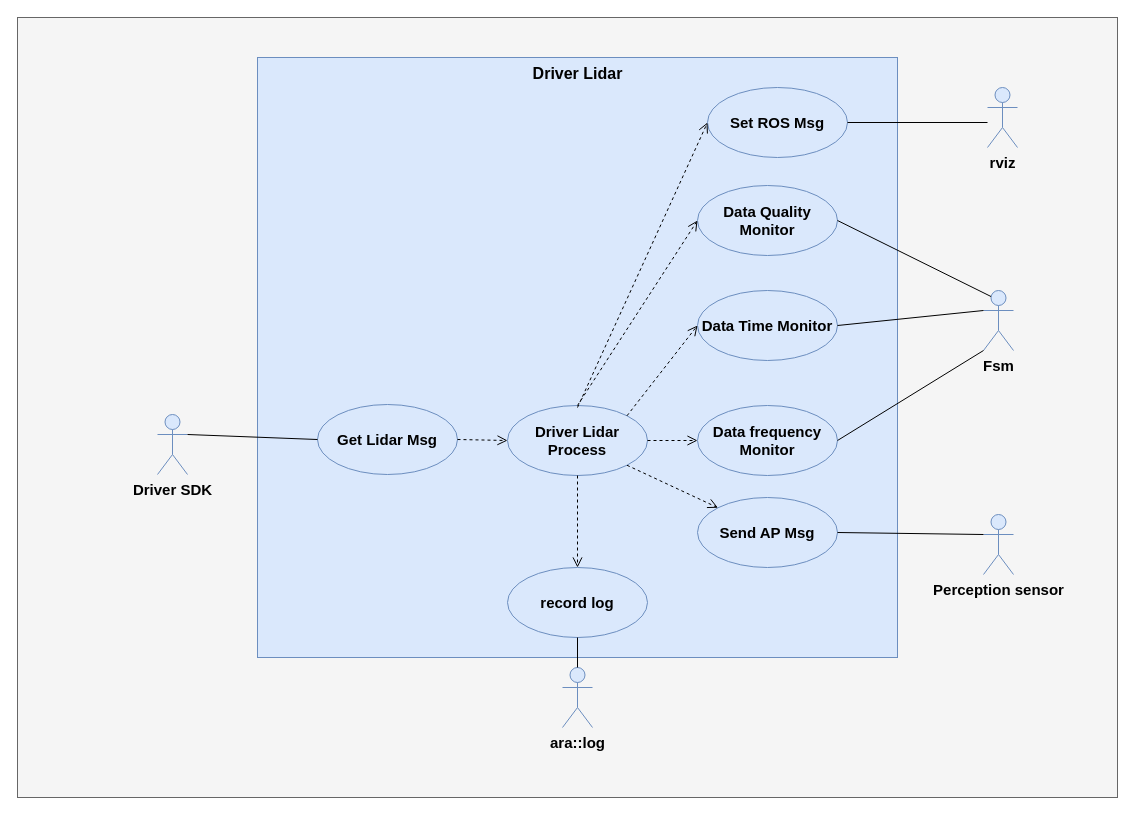
xiaoleli/diagrams keeps this draw.io diagram as lidar用例中文版.drawio. Above is the earlier version. Source tidied: cells renumbered, new cells numbered last; positions are measured from the earlier drawing's top-left corner, leaving out a move shared by most shapes. Both pictures are drawn from the tidied source at 100%, with x=0, y=0 at pixel (17, 17).
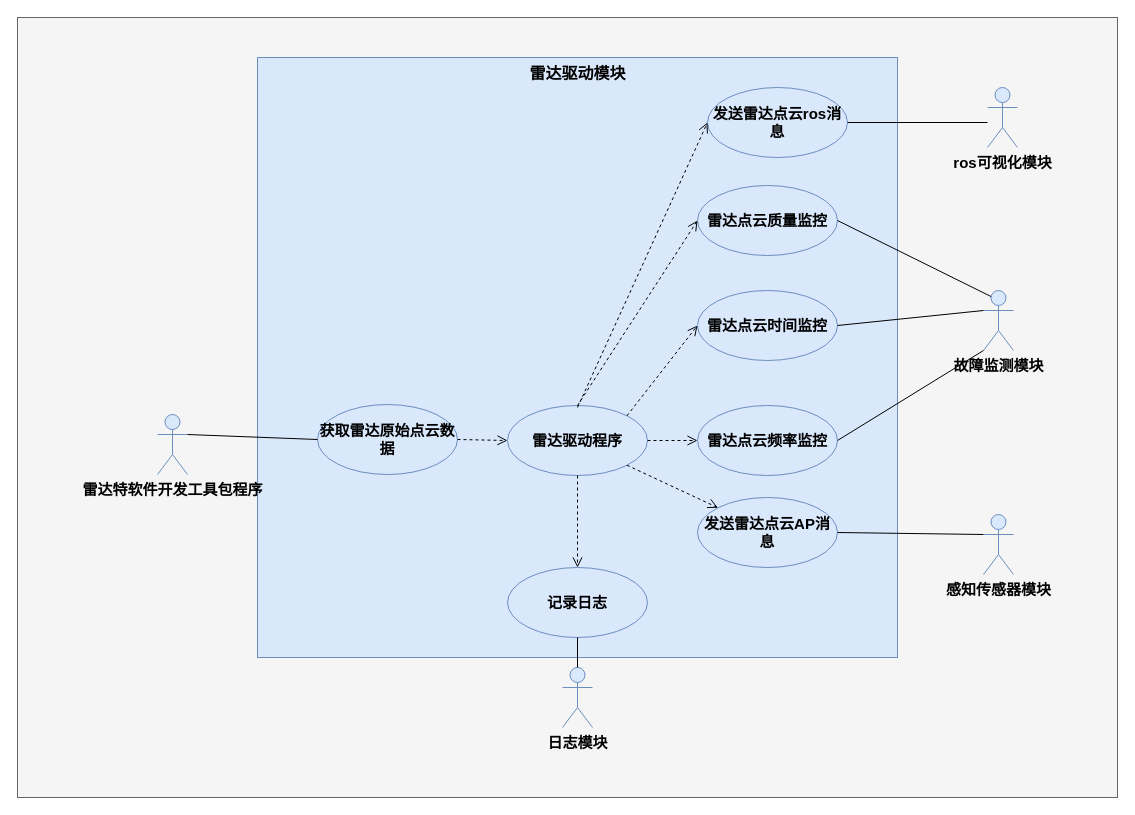
After the change.

Commit message:
更新lidar用例中文版.drawio

The edit, as a diff of the source:
```diff
@@
-    <mxCell id="3" value="Driver Lidar" style="html=1;fillColor=#dae8fc;strokeColor=#6c8ebf;fontStyle=1;horizontal=1;verticalAlign=top;fontSize=16;" parent="1" vertex="1">
+    <mxCell id="3" value="雷达驱动模块" style="html=1;fillColor=#dae8fc;strokeColor=#6c8ebf;fontStyle=1;horizontal=1;verticalAlign=top;fontSize=16;" parent="1" vertex="1">
       <mxGeometry x="240" y="40" width="640" height="600" as="geometry" />
     </mxCell>
-    <mxCell id="4" value="Driver Lidar Process" style="ellipse;whiteSpace=wrap;html=1;fontSize=15;fillColor=#dae8fc;strokeColor=#6c8ebf;fontStyle=1;" parent="1" vertex="1">
+    <mxCell id="4" value="雷达驱动程序" style="ellipse;whiteSpace=wrap;html=1;fontSize=15;fillColor=#dae8fc;strokeColor=#6c8ebf;fontStyle=1;" parent="1" vertex="1">
       <mxGeometry x="490" y="388" width="140" height="70" as="geometry" />
     </mxCell>
-    <mxCell id="5" value="Data Quality Monitor" style="ellipse;whiteSpace=wrap;html=1;fontSize=15;fillColor=#dae8fc;strokeColor=#6c8ebf;fontStyle=1;" parent="1" vertex="1">
+    <mxCell id="5" value="雷达点云质量监控" style="ellipse;whiteSpace=wrap;html=1;fontSize=15;fillColor=#dae8fc;strokeColor=#6c8ebf;fontStyle=1;" parent="1" vertex="1">
       <mxGeometry x="680" y="168" width="140" height="70" as="geometry" />
     </mxCell>
-    <mxCell id="6" value="Get Lidar Msg" style="ellipse;whiteSpace=wrap;html=1;fontSize=15;fillColor=#dae8fc;strokeColor=#6c8ebf;fontStyle=1;" parent="1" vertex="1">
+    <mxCell id="6" value="获取雷达原始点云数据" style="ellipse;whiteSpace=wrap;html=1;fontSize=15;fillColor=#dae8fc;strokeColor=#6c8ebf;fontStyle=1;" parent="1" vertex="1">
       <mxGeometry x="300" y="387" width="140" height="70" as="geometry" />
     </mxCell>
-    <mxCell id="7" value="Fsm" style="shape=umlActor;verticalLabelPosition=bottom;verticalAlign=top;html=1;fillColor=#dae8fc;strokeColor=#6c8ebf;fontStyle=1;fontSize=15;" parent="1" vertex="1">
+    <mxCell id="7" value="故障监测模块" style="shape=umlActor;verticalLabelPosition=bottom;verticalAlign=top;html=1;fillColor=#dae8fc;strokeColor=#6c8ebf;fontStyle=1;fontSize=15;" parent="1" vertex="1">
       <mxGeometry x="966" y="273" width="30" height="60" as="geometry" />
     </mxCell>
-    <mxCell id="8" value="&lt;span&gt;Driver SDK&lt;/span&gt;" style="shape=umlActor;verticalLabelPosition=bottom;verticalAlign=top;html=1;fillColor=#dae8fc;strokeColor=#6c8ebf;fontStyle=1;fontSize=15;" parent="1" vertex="1">
+    <mxCell id="8" value="雷达特软件开发工具包程序" style="shape=umlActor;verticalLabelPosition=bottom;verticalAlign=top;html=1;fillColor=#dae8fc;strokeColor=#6c8ebf;fontStyle=1;fontSize=15;" parent="1" vertex="1">
       <mxGeometry x="140" y="397" width="30" height="60" as="geometry" />
     </mxCell>
-    <mxCell id="9" value="Data Time Monitor" style="ellipse;whiteSpace=wrap;html=1;fontSize=15;fillColor=#dae8fc;strokeColor=#6c8ebf;fontStyle=1;" parent="1" vertex="1">
+    <mxCell id="9" value="雷达点云时间监控" style="ellipse;whiteSpace=wrap;html=1;fontSize=15;fillColor=#dae8fc;strokeColor=#6c8ebf;fontStyle=1;" parent="1" vertex="1">
       <mxGeometry x="680" y="273" width="140" height="70" as="geometry" />
     </mxCell>
-    <mxCell id="10" value="Data frequency Monitor" style="ellipse;whiteSpace=wrap;html=1;fontSize=15;fillColor=#dae8fc;strokeColor=#6c8ebf;fontStyle=1;" parent="1" vertex="1">
+    <mxCell id="10" value="雷达点云频率监控" style="ellipse;whiteSpace=wrap;html=1;fontSize=15;fillColor=#dae8fc;strokeColor=#6c8ebf;fontStyle=1;" parent="1" vertex="1">
       <mxGeometry x="680" y="388" width="140" height="70" as="geometry" />
     </mxCell>
-    <mxCell id="11" value="Send AP Msg" style="ellipse;whiteSpace=wrap;html=1;fontSize=15;fillColor=#dae8fc;strokeColor=#6c8ebf;fontStyle=1;" parent="1" vertex="1">
+    <mxCell id="11" value="发送雷达点云AP消息" style="ellipse;whiteSpace=wrap;html=1;fontSize=15;fillColor=#dae8fc;strokeColor=#6c8ebf;fontStyle=1;" parent="1" vertex="1">
       <mxGeometry x="680" y="480" width="140" height="70" as="geometry" />
     </mxCell>
-    <mxCell id="12" value="record log" style="ellipse;whiteSpace=wrap;html=1;fontSize=15;fillColor=#dae8fc;strokeColor=#6c8ebf;fontStyle=1;" parent="1" vertex="1">
+    <mxCell id="12" value="记录日志" style="ellipse;whiteSpace=wrap;html=1;fontSize=15;fillColor=#dae8fc;strokeColor=#6c8ebf;fontStyle=1;" parent="1" vertex="1">
       <mxGeometry x="490" y="550" width="140" height="70" as="geometry" />
     </mxCell>
-    <mxCell id="13" value="ara::log" style="shape=umlActor;verticalLabelPosition=bottom;verticalAlign=top;html=1;fillColor=#dae8fc;strokeColor=#6c8ebf;fontStyle=1;fontSize=15;" parent="1" vertex="1">
+    <mxCell id="13" value="日志模块" style="shape=umlActor;verticalLabelPosition=bottom;verticalAlign=top;html=1;fillColor=#dae8fc;strokeColor=#6c8ebf;fontStyle=1;fontSize=15;" parent="1" vertex="1">
       <mxGeometry x="545" y="650" width="30" height="60" as="geometry" />
     </mxCell>
@@
-    <mxCell id="20" value="Set ROS Msg" style="ellipse;whiteSpace=wrap;html=1;fontSize=15;fillColor=#dae8fc;strokeColor=#6c8ebf;fontStyle=1;" parent="1" vertex="1">
+    <mxCell id="20" value="发送雷达点云ros消息" style="ellipse;whiteSpace=wrap;html=1;fontSize=15;fillColor=#dae8fc;strokeColor=#6c8ebf;fontStyle=1;" parent="1" vertex="1">
       <mxGeometry x="690" y="70" width="140" height="70" as="geometry" />
     </mxCell>
-    <mxCell id="21" value="&lt;span style=&quot;&quot;&gt;rviz&lt;/span&gt;" style="shape=umlActor;verticalLabelPosition=bottom;verticalAlign=top;html=1;fillColor=#dae8fc;strokeColor=#6c8ebf;fontStyle=1;fontSize=15;" parent="1" vertex="1">
+    <mxCell id="21" value="&lt;span style=&quot;&quot;&gt;ros可视化模块&lt;/span&gt;" style="shape=umlActor;verticalLabelPosition=bottom;verticalAlign=top;html=1;fillColor=#dae8fc;strokeColor=#6c8ebf;fontStyle=1;fontSize=15;" parent="1" vertex="1">
       <mxGeometry x="970" y="70" width="30" height="60" as="geometry" />
     </mxCell>
@@
-    <mxCell id="29" value="Perception sensor" style="shape=umlActor;verticalLabelPosition=bottom;verticalAlign=top;html=1;fillColor=#dae8fc;strokeColor=#6c8ebf;fontStyle=1;fontSize=15;" parent="1" vertex="1">
+    <mxCell id="29" value="感知传感器模块" style="shape=umlActor;verticalLabelPosition=bottom;verticalAlign=top;html=1;fillColor=#dae8fc;strokeColor=#6c8ebf;fontStyle=1;fontSize=15;" parent="1" vertex="1">
       <mxGeometry x="966" y="497" width="30" height="60" as="geometry" />
     </mxCell>
```
